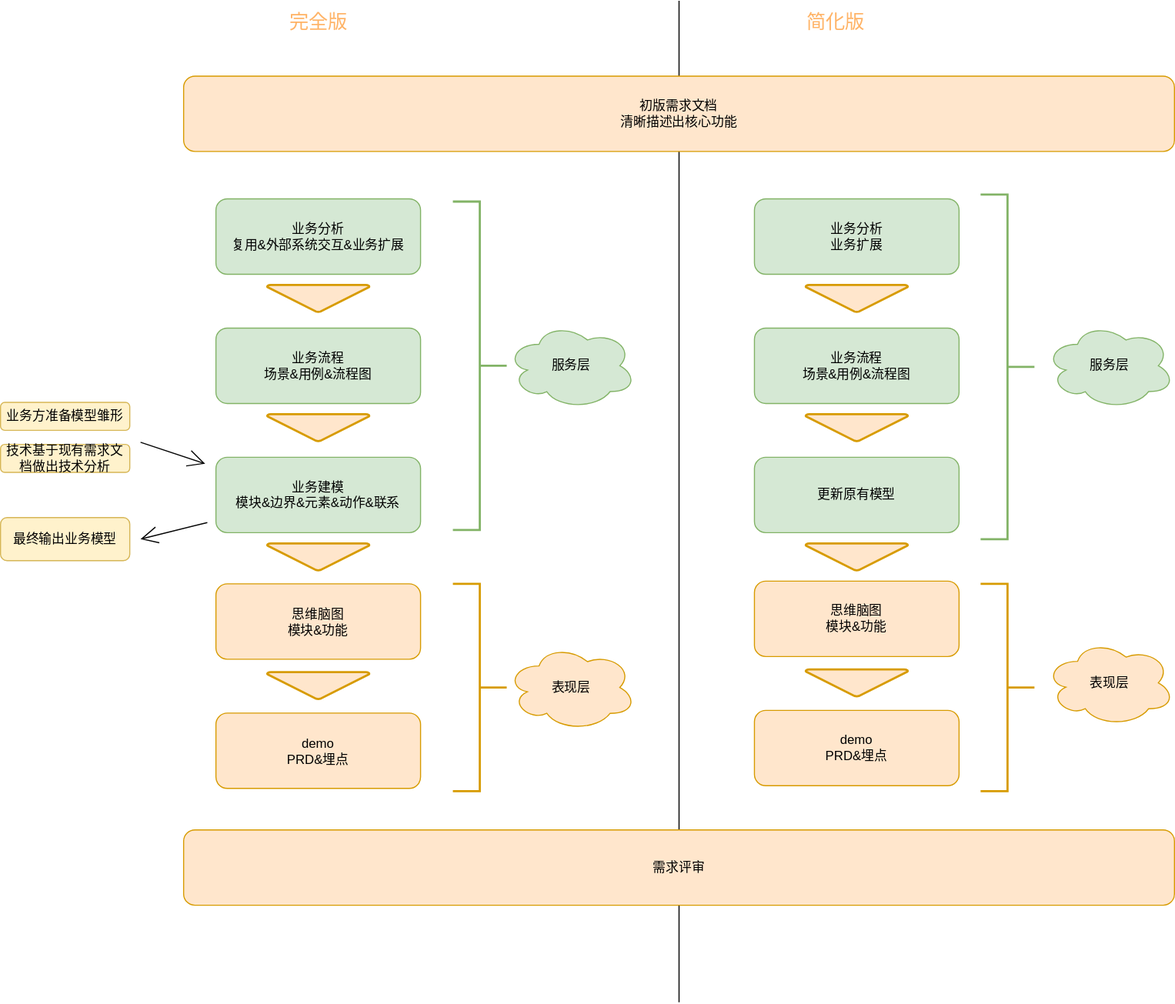
Before: ddm.drawio.svg, a diagram exported from draw.io (fsdmp/diagrams). Source tidied: cells renumbered, new cells last; positions are measured from the earlier drawing's top-left corner, leaving out a move shared by most shapes.
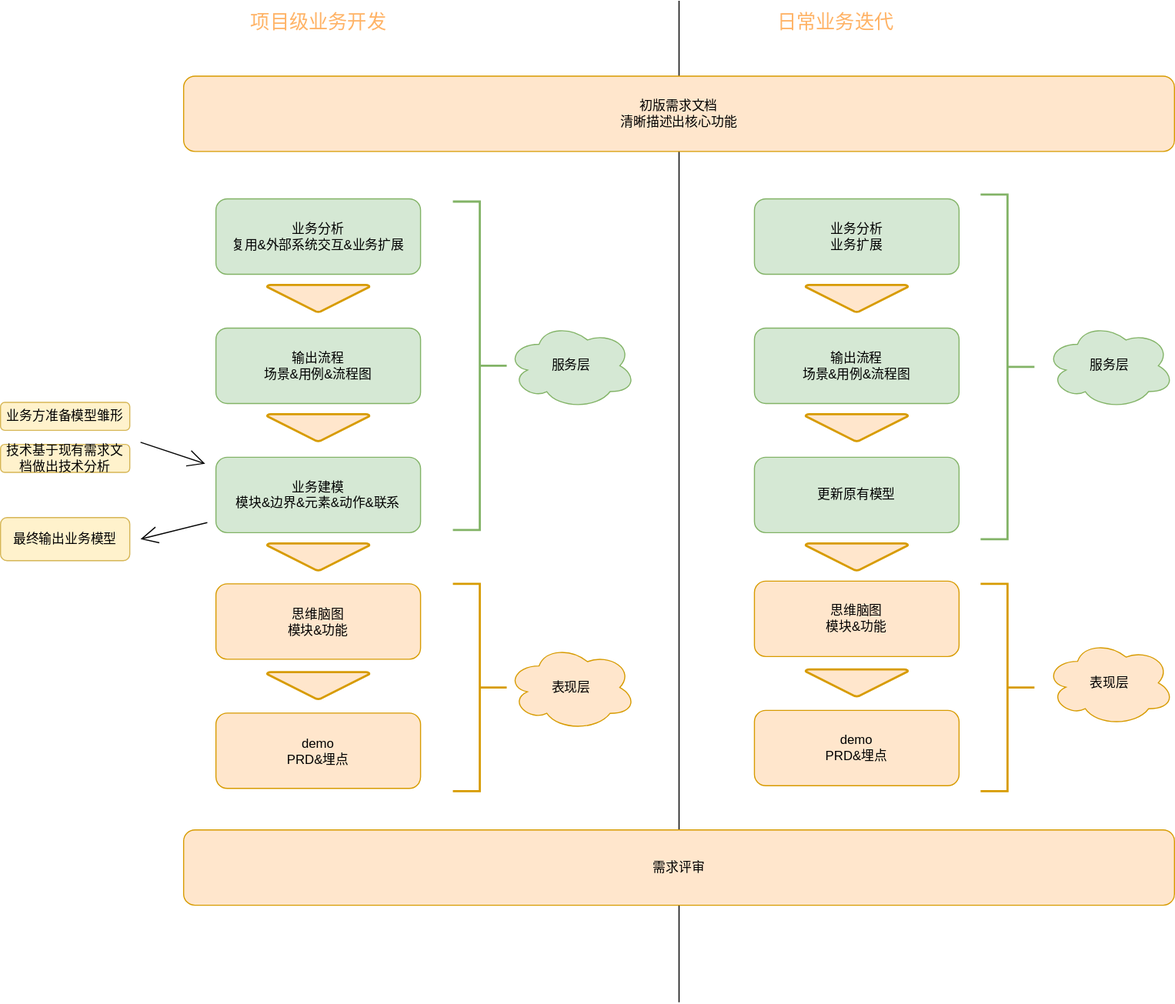
After the commit.

Change to the diagram source:
```diff
@@ -2,7 +2,7 @@
   <root>
     <mxCell id="0" />
     <mxCell id="1" parent="0" />
-    <mxCell id="2" value="业务流程&lt;br&gt;场景&amp;amp;用例&amp;amp;流程图&lt;br&gt;" style="rounded=1;whiteSpace=wrap;html=1;hachureGap=4;fillColor=#d5e8d4;strokeColor=#82b366;" parent="1" vertex="1">
+    <mxCell id="2" value="输出流程&lt;br&gt;场景&amp;amp;用例&amp;amp;流程图&lt;br&gt;" style="rounded=1;whiteSpace=wrap;html=1;hachureGap=4;fillColor=#d5e8d4;strokeColor=#82b366;" parent="1" vertex="1">
       <mxGeometry x="200" y="304" width="190" height="70" as="geometry" />
     </mxCell>
     <mxCell id="3" style="edgeStyle=none;curved=1;rounded=0;jettySize=auto;html=1;endArrow=open;startSize=14;endSize=14;sourcePerimeterSpacing=8;targetPerimeterSpacing=8;" parent="1" edge="1" source="4">
@@ -43,7 +43,7 @@
     <mxCell id="14" style="strokeWidth=2;html=1;shape=mxgraph.flowchart.annotation_2;align=left;labelPosition=right;hachureGap=4;direction=west;fillColor=#d5e8d4;strokeColor=#82b366;" parent="1" vertex="1">
       <mxGeometry x="420" y="186.5" width="50" height="305" as="geometry" />
     </mxCell>
-    <mxCell id="15" value="业务流程&lt;br&gt;场景&amp;amp;用例&amp;amp;流程图&lt;br&gt;" style="rounded=1;whiteSpace=wrap;html=1;hachureGap=4;fillColor=#d5e8d4;strokeColor=#82b366;" parent="1" vertex="1">
+    <mxCell id="15" value="输出流程&lt;br&gt;场景&amp;amp;用例&amp;amp;流程图&lt;br&gt;" style="rounded=1;whiteSpace=wrap;html=1;hachureGap=4;fillColor=#d5e8d4;strokeColor=#82b366;" parent="1" vertex="1">
       <mxGeometry x="700" y="304" width="190" height="70" as="geometry" />
     </mxCell>
     <mxCell id="16" value="demo&lt;br&gt;PRD&amp;amp;埋点&lt;br&gt;" style="rounded=1;whiteSpace=wrap;html=1;hachureGap=4;fillColor=#ffe6cc;strokeColor=#d79b00;" parent="1" vertex="1">
@@ -76,11 +76,11 @@
     <mxCell id="24" style="strokeWidth=2;html=1;shape=mxgraph.flowchart.annotation_2;align=left;labelPosition=right;hachureGap=4;direction=west;fillColor=#ffe6cc;strokeColor=#d79b00;" parent="1" vertex="1">
       <mxGeometry x="910" y="541.5" width="50" height="192.5" as="geometry" />
     </mxCell>
-    <mxCell id="25" value="完全版" style="text;html=1;align=center;verticalAlign=middle;fillColor=none;strokeColor=none;rounded=0;hachureGap=4;fontSize=18;fontColor=#FFB366;" parent="1" vertex="1">
-      <mxGeometry x="260" y="5" width="70" height="30" as="geometry" />
+    <mxCell id="25" value="项目级业务开发" style="text;html=1;align=center;verticalAlign=middle;fillColor=none;strokeColor=none;rounded=0;hachureGap=4;fontSize=18;fontColor=#FFB366;" parent="1" vertex="1">
+      <mxGeometry x="225" y="5" width="140" height="30" as="geometry" />
     </mxCell>
-    <mxCell id="26" value="简化版" style="text;html=1;align=center;verticalAlign=middle;fillColor=none;strokeColor=none;rounded=0;hachureGap=4;fontSize=18;fontColor=#FFB366;" parent="1" vertex="1">
-      <mxGeometry x="740" y="5" width="70" height="30" as="geometry" />
+    <mxCell id="26" value="日常业务迭代" style="text;html=1;align=center;verticalAlign=middle;fillColor=none;strokeColor=none;rounded=0;hachureGap=4;fontSize=18;fontColor=#FFB366;" parent="1" vertex="1">
+      <mxGeometry x="715" y="5" width="120" height="30" as="geometry" />
     </mxCell>
     <mxCell id="27" value="业务分析&lt;br&gt;业务扩展&lt;br&gt;" style="rounded=1;whiteSpace=wrap;html=1;hachureGap=4;fillColor=#d5e8d4;strokeColor=#82b366;" parent="1" vertex="1">
       <mxGeometry x="700" y="184" width="190" height="70" as="geometry" />
```
